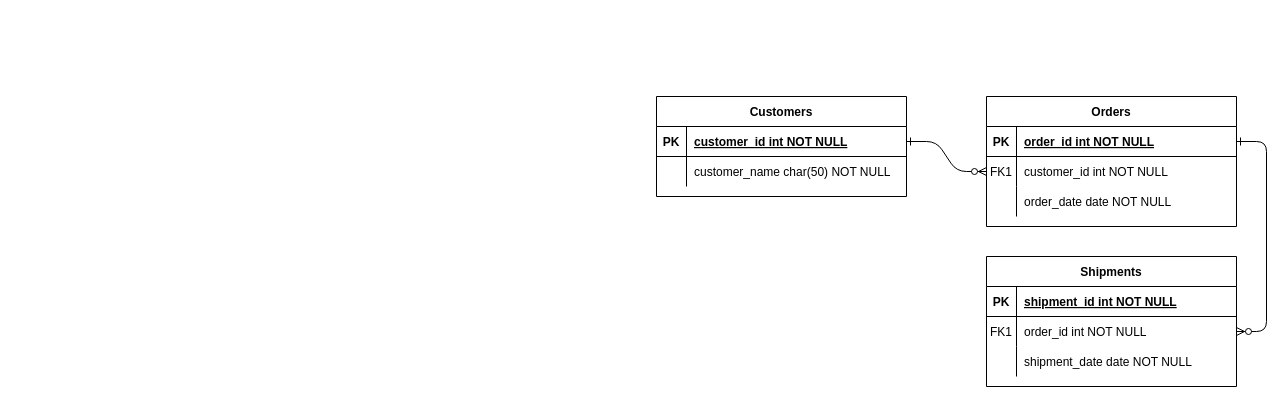
This is 名称未設定ファイル.drawio from Yuto307/dansyaryu, a draw.io file, before an edit. Source tidied: cells renumbered, new cells numbered last; positions are measured from the earlier drawing's top-left corner, leaving out a move shared by most shapes. Both pictures are drawn from the tidied source at 100%, with x=0, y=0 at pixel (656, 96).
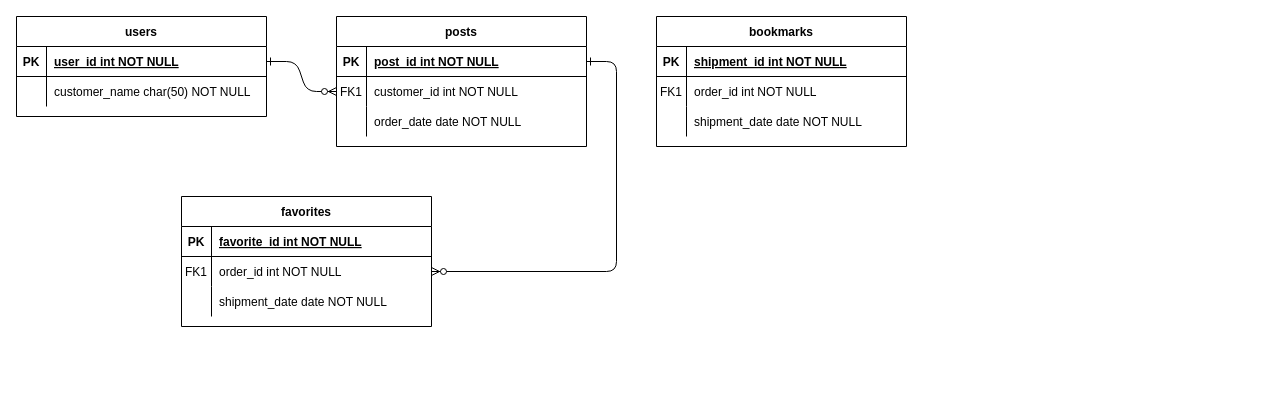
Above is the later version.

The change refers to these unchanged cells:
```xml
<mxCell id="5" style="shape=partialRectangle;fillColor=none;points=[[0,0.5],[1,0.5]];portConstraint=eastwest;top=0;left=0;right=0;bottom=1;" parent="4" vertex="1">
  <mxGeometry y="30" width="250" height="30" as="geometry" />
</mxCell>
<mxCell id="15" style="shape=partialRectangle;fillColor=none;top=0;left=0;right=0;bottom=1;" parent="14" vertex="1">
  <mxGeometry y="30" width="250" height="30" as="geometry" />
</mxCell>
<mxCell id="25" style="shape=partialRectangle;fillColor=none;points=[[0,0.5],[1,0.5]];portConstraint=eastwest;top=0;left=0;right=0;bottom=1;" parent="24" vertex="1">
  <mxGeometry y="30" width="250" height="30" as="geometry" />
</mxCell>
```

Change to the diagram source:
```diff
@@
-    <mxCell id="4" value="Orders" style="shape=table;startSize=30;childLayout=tableLayout;rowLines=0;fontStyle=1;align=center;" parent="1" vertex="1">
-      <mxGeometry x="330" width="250" height="130" as="geometry" />
+    <mxCell id="4" value="posts" style="shape=table;startSize=30;childLayout=tableLayout;rowLines=0;fontStyle=1;align=center;" parent="1" vertex="1">
+      <mxGeometry x="-320" y="-80" width="250" height="130" as="geometry" />
     </mxCell>
@@
-    <mxCell id="7" value="order_id int NOT NULL " style="shape=partialRectangle;overflow=hidden;fillColor=none;top=0;left=0;bottom=0;right=0;align=left;spacingLeft=6;fontStyle=5;" parent="5" vertex="1">
+    <mxCell id="7" value="post_id int NOT NULL " style="shape=partialRectangle;overflow=hidden;fillColor=none;top=0;left=0;bottom=0;right=0;align=left;spacingLeft=6;fontStyle=5;" parent="5" vertex="1">
       <mxGeometry x="30" width="220" height="30" as="geometry" />
     </mxCell>
@@
-    <mxCell id="14" value="Shipments" style="shape=table;startSize=30;childLayout=tableLayout;rowLines=0;fontStyle=1;align=center;" parent="1" vertex="1">
-      <mxGeometry x="330" y="160" width="250" height="130" as="geometry" />
+    <mxCell id="14" value="favorites" style="shape=table;startSize=30;childLayout=tableLayout;rowLines=0;fontStyle=1;align=center;" parent="1" vertex="1">
+      <mxGeometry x="-475" y="100" width="250" height="130" as="geometry" />
     </mxCell>
@@
-    <mxCell id="17" value="shipment_id int NOT NULL " style="shape=partialRectangle;overflow=hidden;fillColor=none;top=0;left=0;bottom=0;right=0;align=left;spacingLeft=6;fontStyle=5;" parent="15" vertex="1">
+    <mxCell id="17" value="favorite_id int NOT NULL " style="shape=partialRectangle;overflow=hidden;fillColor=none;top=0;left=0;bottom=0;right=0;align=left;spacingLeft=6;fontStyle=5;" parent="15" vertex="1">
       <mxGeometry x="30" width="220" height="30" as="geometry" />
     </mxCell>
@@
-    <mxCell id="24" value="Customers" style="shape=table;startSize=30;childLayout=tableLayout;rowLines=0;fontStyle=1;align=center;" parent="1" vertex="1">
-      <mxGeometry width="250" height="100" as="geometry" />
+    <mxCell id="24" value="users" style="shape=table;startSize=30;childLayout=tableLayout;rowLines=0;fontStyle=1;align=center;" parent="1" vertex="1">
+      <mxGeometry x="-640" y="-80" width="250" height="100" as="geometry" />
     </mxCell>
@@
-    <mxCell id="27" value="customer_id int NOT NULL " style="shape=partialRectangle;overflow=hidden;fillColor=none;top=0;left=0;bottom=0;right=0;align=left;spacingLeft=6;fontStyle=5;" parent="25" vertex="1">
+    <mxCell id="27" value="user_id int NOT NULL " style="shape=partialRectangle;overflow=hidden;fillColor=none;top=0;left=0;bottom=0;right=0;align=left;spacingLeft=6;fontStyle=5;" parent="25" vertex="1">
       <mxGeometry x="30" width="220" height="30" as="geometry" />
     </mxCell>
@@
+    <mxCell id="31" value="bookmarks" style="shape=table;startSize=30;childLayout=tableLayout;rowLines=0;fontStyle=1;align=center;" parent="1" vertex="1">
+      <mxGeometry y="-80" width="250" height="130" as="geometry" />
+    </mxCell>
+    <mxCell id="32" style="shape=partialRectangle;fillColor=none;top=0;left=0;right=0;bottom=1;" parent="31" vertex="1">
+      <mxGeometry y="30" width="250" height="30" as="geometry" />
+    </mxCell>
+    <mxCell id="33" value="PK" style="shape=partialRectangle;overflow=hidden;fillColor=none;top=0;left=0;bottom=0;right=0;fontStyle=1;" parent="32" vertex="1">
+      <mxGeometry width="30" height="30" as="geometry" />
+    </mxCell>
+    <mxCell id="34" value="shipment_id int NOT NULL " style="shape=partialRectangle;overflow=hidden;fillColor=none;top=0;left=0;bottom=0;right=0;align=left;spacingLeft=6;fontStyle=5;" parent="32" vertex="1">
+      <mxGeometry x="30" width="220" height="30" as="geometry" />
+    </mxCell>
+    <mxCell id="35" style="shape=partialRectangle;fillColor=none;top=0;left=0;right=0;bottom=0;" parent="31" vertex="1">
+      <mxGeometry y="60" width="250" height="30" as="geometry" />
+    </mxCell>
+    <mxCell id="36" value="FK1" style="shape=partialRectangle;overflow=hidden;fillColor=none;top=0;left=0;bottom=0;right=0;" parent="35" vertex="1">
+      <mxGeometry width="30" height="30" as="geometry" />
+    </mxCell>
+    <mxCell id="37" value="order_id int NOT NULL" style="shape=partialRectangle;overflow=hidden;fillColor=none;top=0;left=0;bottom=0;right=0;align=left;spacingLeft=6;" parent="35" vertex="1">
+      <mxGeometry x="30" width="220" height="30" as="geometry" />
+    </mxCell>
+    <mxCell id="38" style="shape=partialRectangle;fillColor=none;top=0;left=0;right=0;bottom=0;" parent="31" vertex="1">
+      <mxGeometry y="90" width="250" height="30" as="geometry" />
+    </mxCell>
+    <mxCell id="39" style="shape=partialRectangle;overflow=hidden;fillColor=none;top=0;left=0;bottom=0;right=0;" parent="38" vertex="1">
+      <mxGeometry width="30" height="30" as="geometry" />
+    </mxCell>
+    <mxCell id="40" value="shipment_date date NOT NULL" style="shape=partialRectangle;overflow=hidden;fillColor=none;top=0;left=0;bottom=0;right=0;align=left;spacingLeft=6;" parent="38" vertex="1">
+      <mxGeometry x="30" width="220" height="30" as="geometry" />
+    </mxCell>
```
